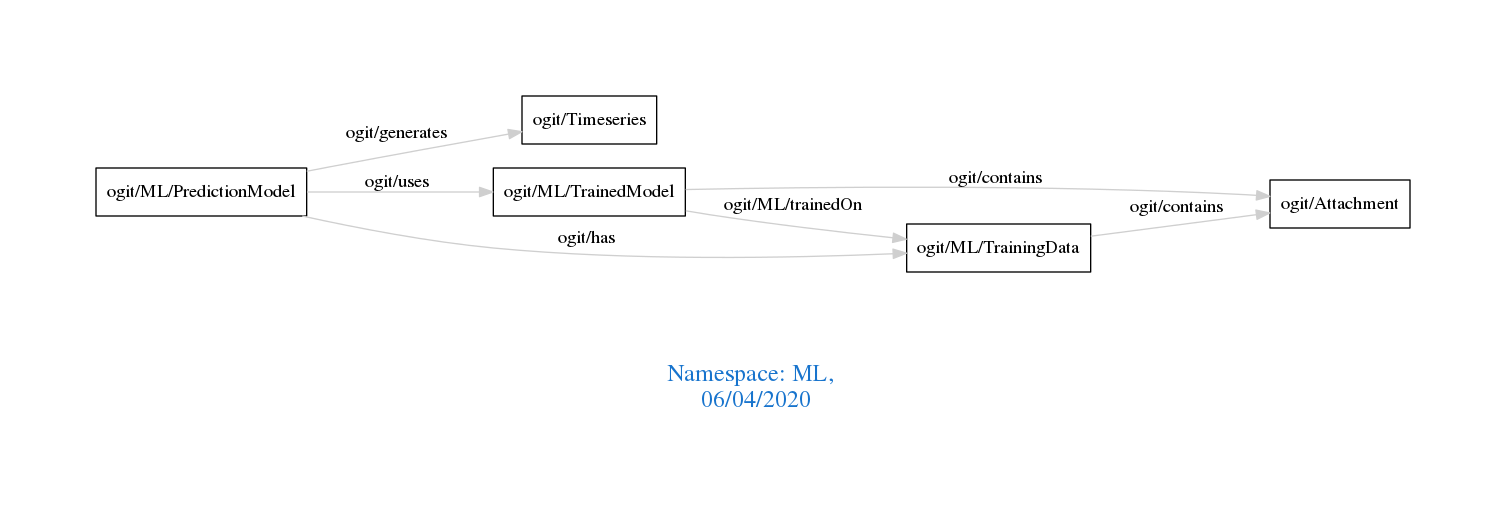
Earlier version of the Graphviz export downloads/ML.png (arago/OGIT). Its source is kept beside it as downloads/ML.dot.
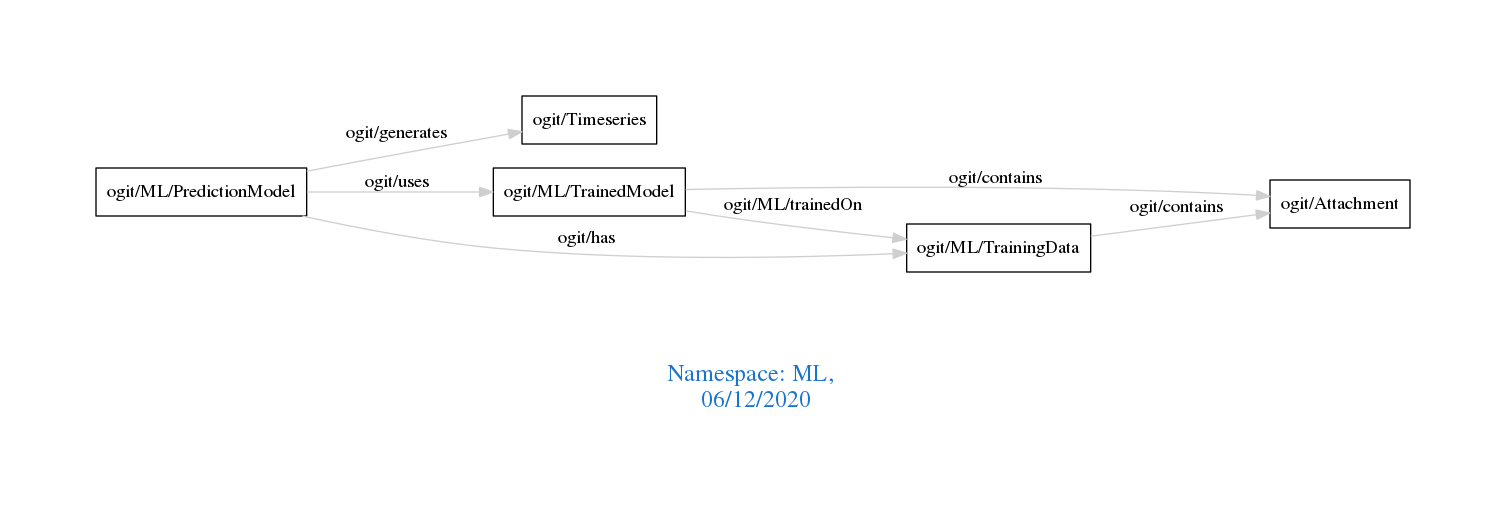
The same diagram one commit later.

The edit, as a diff of the source:
```diff
@@ -1,7 +1,7 @@
 digraph OGIT_ontology {
  graph [ rankdir= LR,pad=1
 fontsize = 18,
-fontcolor= dodgerblue3,label = "\n\n\nNamespace: ML, \n 06/04/2020"];
+fontcolor= dodgerblue3,label = "\n\n\nNamespace: ML, \n 06/12/2020"];
 node[shape=polygon];
 edge [  color="gray81"];
 
```
